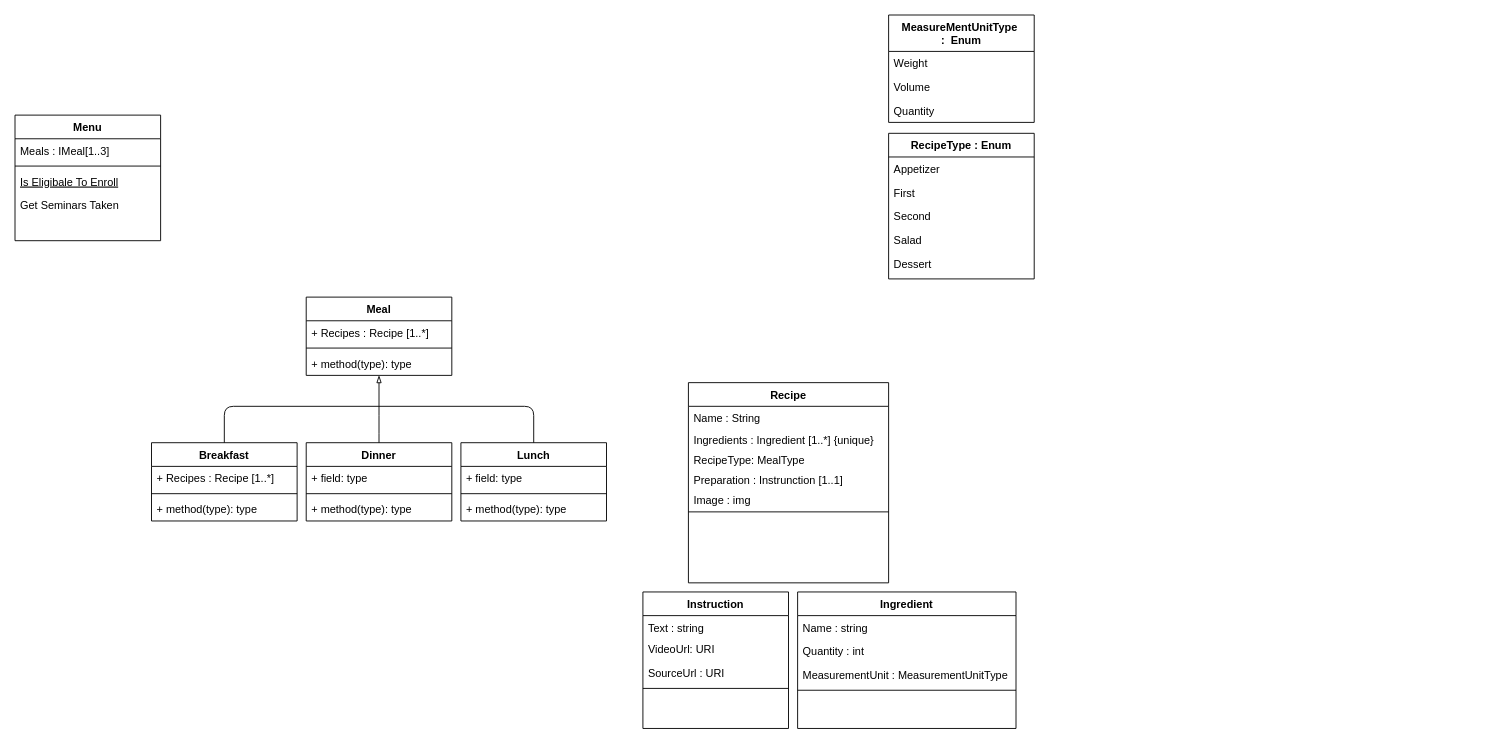
This is Docs/diagrams/Untitled Diagram.drawio from Miteanea/DinnerPlans, a draw.io file, before an edit. Source tidied: cells renumbered, new cells numbered last; positions are measured from the earlier drawing's top-left corner, leaving out a move shared by most shapes. Both pictures are drawn from the tidied source at 91%, with x=0, y=0 at pixel (15, 15).
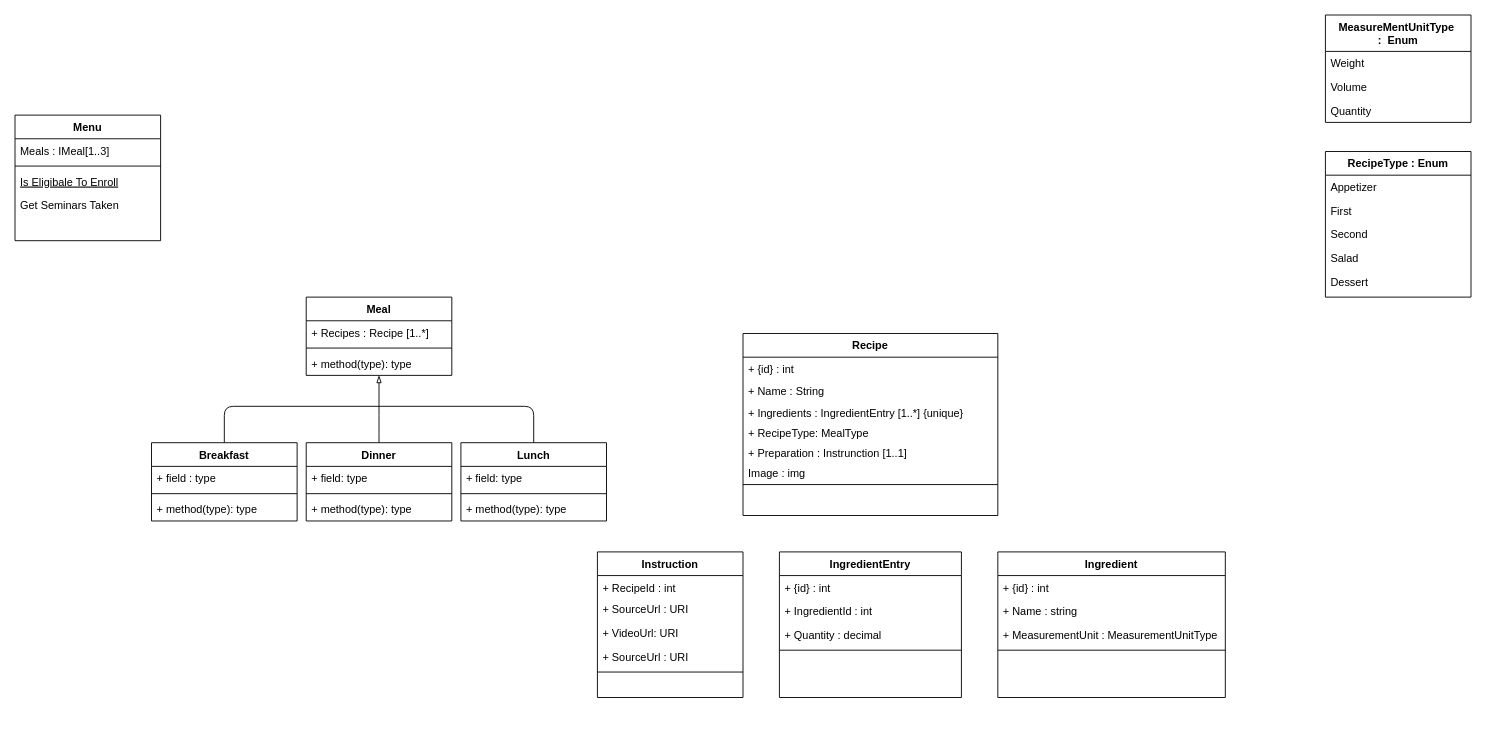
Above is the later version.

Unchanged cells that the change refers to:
```xml
<mxCell id="34" value="Breakfast" style="swimlane;fontStyle=1;align=center;verticalAlign=top;horizontal=1;startSize=26;" parent="1" vertex="1">
  <mxGeometry x="150" y="470" width="160" height="86" as="geometry" />
</mxCell>
```

What changed in the source:
```diff
@@
     <mxCell id="2" value="Recipe" style="swimlane;fontStyle=1;align=center;verticalAlign=top;horizontal=1;startSize=26;rounded=0;shadow=0;strokeWidth=1;" parent="1" vertex="1">
-      <mxGeometry x="740" y="404" width="220" height="220" as="geometry" />
+      <mxGeometry x="800" y="350" width="280" height="200" as="geometry" />
     </mxCell>
+    <mxCell id="54" value="+ {id} : int" style="text;align=left;verticalAlign=top;spacingLeft=4;spacingRight=4;overflow=hidden;" parent="2" vertex="1">
+      <mxGeometry y="26" width="280" height="24" as="geometry" />
+    </mxCell>
-    <mxCell id="3" value="Name : String" style="text;align=left;verticalAlign=top;spacingLeft=4;spacingRight=4;overflow=hidden;" parent="2" vertex="1">
-      <mxGeometry y="26" width="220" height="24" as="geometry" />
+    <mxCell id="3" value="+ Name : String" style="text;align=left;verticalAlign=top;spacingLeft=4;spacingRight=4;overflow=hidden;" parent="2" vertex="1">
+      <mxGeometry y="50" width="280" height="24" as="geometry" />
     </mxCell>
-    <mxCell id="4" value="Ingredients : Ingredient [1..*] {unique}" style="text;align=left;verticalAlign=top;spacingLeft=4;spacingRight=4;overflow=hidden;" parent="2" vertex="1">
-      <mxGeometry y="50" width="220" height="22" as="geometry" />
+    <mxCell id="4" value="+ Ingredients : IngredientEntry [1..*] {unique}" style="text;align=left;verticalAlign=top;spacingLeft=4;spacingRight=4;overflow=hidden;" parent="2" vertex="1">
+      <mxGeometry y="74" width="280" height="22" as="geometry" />
     </mxCell>
-    <mxCell id="5" value="RecipeType: MealType" style="text;align=left;verticalAlign=top;spacingLeft=4;spacingRight=4;overflow=hidden;" parent="2" vertex="1">
-      <mxGeometry y="72" width="220" height="22" as="geometry" />
+    <mxCell id="5" value="+ RecipeType: MealType" style="text;align=left;verticalAlign=top;spacingLeft=4;spacingRight=4;overflow=hidden;" parent="2" vertex="1">
+      <mxGeometry y="96" width="280" height="22" as="geometry" />
     </mxCell>
-    <mxCell id="6" value="Preparation : Instrunction [1..1]" style="text;align=left;verticalAlign=top;spacingLeft=4;spacingRight=4;overflow=hidden;" parent="2" vertex="1">
-      <mxGeometry y="94" width="220" height="22" as="geometry" />
+    <mxCell id="6" value="+ Preparation : Instrunction [1..1]" style="text;align=left;verticalAlign=top;spacingLeft=4;spacingRight=4;overflow=hidden;" parent="2" vertex="1">
+      <mxGeometry y="118" width="280" height="22" as="geometry" />
     </mxCell>
     <mxCell id="7" value="Image : img" style="text;align=left;verticalAlign=top;spacingLeft=4;spacingRight=4;overflow=hidden;" parent="2" vertex="1">
-      <mxGeometry y="116" width="220" height="22" as="geometry" />
+      <mxGeometry y="140" width="280" height="22" as="geometry" />
     </mxCell>
     <mxCell id="8" style="line;html=1;strokeWidth=1;align=left;verticalAlign=middle;spacingTop=-1;spacingLeft=3;spacingRight=3;labelPosition=right;" parent="2" vertex="1">
-      <mxGeometry y="138" width="220" height="8" as="geometry" />
+      <mxGeometry y="162" width="280" height="8" as="geometry" />
     </mxCell>
@@
-    <mxCell id="14" value="Ingredient" style="swimlane;fontStyle=1;align=center;verticalAlign=top;horizontal=1;startSize=26;rounded=0;shadow=0;strokeWidth=1;" parent="1" vertex="1">
-      <mxGeometry x="860" y="634" width="240" height="150" as="geometry" />
+    <mxCell id="14" value="IngredientEntry" style="swimlane;fontStyle=1;align=center;verticalAlign=top;horizontal=1;startSize=26;rounded=0;shadow=0;strokeWidth=1;" parent="1" vertex="1">
+      <mxGeometry x="840" y="590" width="200" height="160" as="geometry" />
     </mxCell>
-    <mxCell id="15" value="Name : string" style="text;align=left;verticalAlign=top;spacingLeft=4;spacingRight=4;overflow=hidden;" parent="14" vertex="1">
-      <mxGeometry y="26" width="240" height="26" as="geometry" />
+    <mxCell id="15" value="+ {id} : int" style="text;align=left;verticalAlign=top;spacingLeft=4;spacingRight=4;overflow=hidden;" parent="14" vertex="1">
+      <mxGeometry y="26" width="200" height="26" as="geometry" />
     </mxCell>
-    <mxCell id="16" value="Quantity : int" style="text;align=left;verticalAlign=top;spacingLeft=4;spacingRight=4;overflow=hidden;rounded=0;shadow=0;html=0;" parent="14" vertex="1">
-      <mxGeometry y="52" width="240" height="26" as="geometry" />
-    </mxCell>
+    <mxCell id="55" value="+ IngredientId : int" style="text;align=left;verticalAlign=top;spacingLeft=4;spacingRight=4;overflow=hidden;rounded=0;shadow=0;html=0;" parent="14" vertex="1">
+      <mxGeometry y="52" width="200" height="26" as="geometry" />
+    </mxCell>
-    <mxCell id="17" value="MeasurementUnit : MeasurementUnitType" style="text;align=left;verticalAlign=top;spacingLeft=4;spacingRight=4;overflow=hidden;rounded=0;shadow=0;html=0;" parent="14" vertex="1">
-      <mxGeometry y="78" width="240" height="26" as="geometry" />
+    <mxCell id="17" value="+ Quantity : decimal" style="text;align=left;verticalAlign=top;spacingLeft=4;spacingRight=4;overflow=hidden;rounded=0;shadow=0;html=0;" parent="14" vertex="1">
+      <mxGeometry y="78" width="200" height="26" as="geometry" />
     </mxCell>
     <mxCell id="18" style="line;html=1;strokeWidth=1;align=left;verticalAlign=middle;spacingTop=-1;spacingLeft=3;spacingRight=3;labelPosition=right;" parent="14" vertex="1">
-      <mxGeometry y="104" width="240" height="8" as="geometry" />
+      <mxGeometry y="104" width="200" height="8" as="geometry" />
     </mxCell>
     <mxCell id="19" value="MeasureMentUnitType &#10;:  Enum" style="swimlane;fontStyle=1;horizontal=1;startSize=40;fillColor=none;" parent="1" vertex="1">
-      <mxGeometry x="960" width="160" height="118" as="geometry" />
+      <mxGeometry x="1440" width="160" height="118" as="geometry" />
     </mxCell>
@@
     <mxCell id="23" value="Instruction" style="swimlane;fontStyle=1;align=center;verticalAlign=top;horizontal=1;startSize=26;rounded=0;shadow=0;strokeWidth=1;" parent="1" vertex="1">
-      <mxGeometry x="690" y="634" width="160" height="150" as="geometry" />
+      <mxGeometry x="640" y="590" width="160" height="160" as="geometry" />
     </mxCell>
-    <mxCell id="24" value="Text : string" style="text;align=left;verticalAlign=top;spacingLeft=4;spacingRight=4;overflow=hidden;rounded=0;shadow=0;html=0;" parent="23" vertex="1">
+    <mxCell id="24" value="+ RecipeId : int" style="text;align=left;verticalAlign=top;spacingLeft=4;spacingRight=4;overflow=hidden;rounded=0;shadow=0;html=0;" parent="23" vertex="1">
       <mxGeometry y="26" width="160" height="24" as="geometry" />
     </mxCell>
+    <mxCell id="56" value="+ SourceUrl : URI" style="text;align=left;verticalAlign=top;spacingLeft=4;spacingRight=4;overflow=hidden;" parent="23" vertex="1">
+      <mxGeometry y="50" width="160" height="26" as="geometry" />
+    </mxCell>
-    <mxCell id="25" value="VideoUrl: URI" style="text;align=left;verticalAlign=top;spacingLeft=4;spacingRight=4;overflow=hidden;fontStyle=0;" parent="23" vertex="1">
-      <mxGeometry y="50" width="160" height="26" as="geometry" />
+    <mxCell id="25" value="+ VideoUrl: URI" style="text;align=left;verticalAlign=top;spacingLeft=4;spacingRight=4;overflow=hidden;fontStyle=0;" parent="23" vertex="1">
+      <mxGeometry y="76" width="160" height="26" as="geometry" />
     </mxCell>
-    <mxCell id="26" value="SourceUrl : URI" style="text;align=left;verticalAlign=top;spacingLeft=4;spacingRight=4;overflow=hidden;" parent="23" vertex="1">
-      <mxGeometry y="76" width="160" height="26" as="geometry" />
+    <mxCell id="26" value="+ SourceUrl : URI" style="text;align=left;verticalAlign=top;spacingLeft=4;spacingRight=4;overflow=hidden;" parent="23" vertex="1">
+      <mxGeometry y="102" width="160" height="26" as="geometry" />
     </mxCell>
     <mxCell id="27" style="line;html=1;strokeWidth=1;align=left;verticalAlign=middle;spacingTop=-1;spacingLeft=3;spacingRight=3;labelPosition=right;" parent="23" vertex="1">
-      <mxGeometry y="102" width="160" height="8" as="geometry" />
+      <mxGeometry y="128" width="160" height="8" as="geometry" />
     </mxCell>
     <mxCell id="28" value="RecipeType : Enum" style="swimlane;fontStyle=1;horizontal=1;startSize=26;fillColor=none;" parent="1" vertex="1">
-      <mxGeometry x="960" y="130" width="160" height="160" as="geometry" />
+      <mxGeometry x="1440" y="150" width="160" height="160" as="geometry" />
     </mxCell>
@@
-    <mxCell id="35" value="+ Recipes : Recipe [1..*]" style="text;strokeColor=none;fillColor=none;align=left;verticalAlign=top;spacingLeft=4;spacingRight=4;overflow=hidden;" parent="34" vertex="1">
+    <mxCell id="35" value="+ field : type" style="text;strokeColor=none;fillColor=none;align=left;verticalAlign=top;spacingLeft=4;spacingRight=4;overflow=hidden;" parent="34" vertex="1">
       <mxGeometry y="26" width="160" height="26" as="geometry" />
     </mxCell>
@@
+    <mxCell id="57" value="Ingredient" style="swimlane;fontStyle=1;align=center;verticalAlign=top;horizontal=1;startSize=26;rounded=0;shadow=0;strokeWidth=1;" parent="1" vertex="1">
+      <mxGeometry x="1080" y="590" width="250" height="160" as="geometry" />
+    </mxCell>
+    <mxCell id="58" value="+ {id} : int" style="text;align=left;verticalAlign=top;spacingLeft=4;spacingRight=4;overflow=hidden;" parent="57" vertex="1">
+      <mxGeometry y="26" width="250" height="26" as="geometry" />
+    </mxCell>
+    <mxCell id="59" value="+ Name : string" style="text;align=left;verticalAlign=top;spacingLeft=4;spacingRight=4;overflow=hidden;rounded=0;shadow=0;html=0;" parent="57" vertex="1">
+      <mxGeometry y="52" width="250" height="26" as="geometry" />
+    </mxCell>
+    <mxCell id="60" value="+ MeasurementUnit : MeasurementUnitType" style="text;align=left;verticalAlign=top;spacingLeft=4;spacingRight=4;overflow=hidden;rounded=0;shadow=0;html=0;" parent="57" vertex="1">
+      <mxGeometry y="78" width="250" height="26" as="geometry" />
+    </mxCell>
+    <mxCell id="61" style="line;html=1;strokeWidth=1;align=left;verticalAlign=middle;spacingTop=-1;spacingLeft=3;spacingRight=3;labelPosition=right;" parent="57" vertex="1">
+      <mxGeometry y="104" width="250" height="8" as="geometry" />
+    </mxCell>
```
